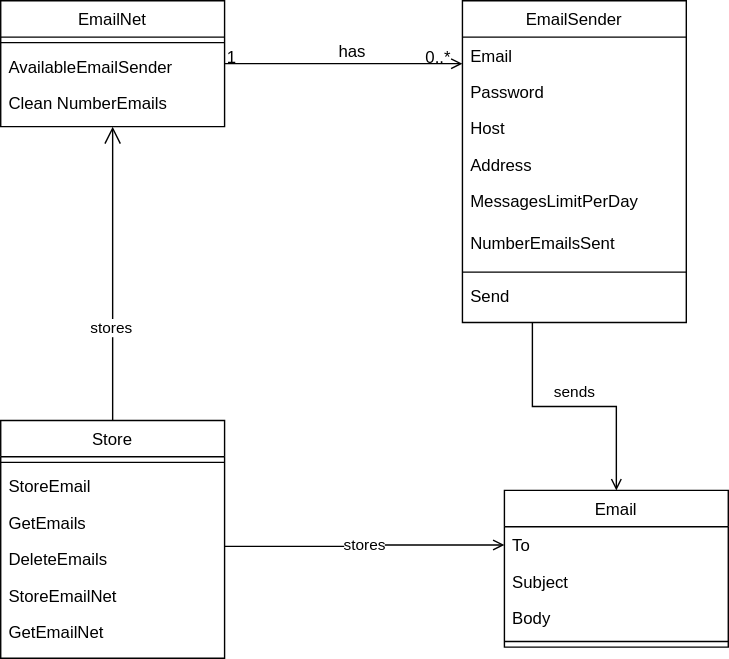
This is paulo/src/paulo-class-diagram.drawio.svg from palavrapasse/docs, a draw.io export, as it was before one commit. Source tidied: cells renumbered, new cells last; positions are measured from the earlier drawing's top-left corner, leaving out a move shared by most shapes. The source it was exported from:
```xml
<mxGraphModel>
  <root>
    <mxCell id="0" />
    <mxCell id="1" parent="0" />
    <mxCell id="2" value="EmailNet" style="swimlane;fontStyle=0;align=center;verticalAlign=top;horizontal=1;startSize=26;rounded=0;shadow=0;strokeWidth=1;" parent="1" vertex="1">
      <mxGeometry width="160" height="90" as="geometry" />
    </mxCell>
    <mxCell id="3" style="line;html=1;strokeWidth=1;align=left;verticalAlign=middle;spacingTop=-1;spacingLeft=3;spacingRight=3;labelPosition=right;" parent="2" vertex="1">
      <mxGeometry y="26" width="160" height="8" as="geometry" />
    </mxCell>
    <mxCell id="4" value="AvailableEmailSender" style="text;align=left;verticalAlign=top;spacingLeft=4;spacingRight=4;overflow=hidden;" parent="2" vertex="1">
      <mxGeometry y="34" width="160" height="26" as="geometry" />
    </mxCell>
    <mxCell id="5" value="Clean NumberEmails" style="text;align=left;verticalAlign=top;spacingLeft=4;spacingRight=4;overflow=hidden;" parent="2" vertex="1">
      <mxGeometry y="60" width="160" height="26" as="geometry" />
    </mxCell>
    <mxCell id="6" value="stores" style="edgeStyle=orthogonalEdgeStyle;rounded=0;jettySize=auto;html=1;entryX=0;entryY=0.5;entryDx=0;entryDy=0;endArrow=open;endFill=0;" parent="1" edge="1" source="7" target="17">
      <mxGeometry relative="1" as="geometry">
        <Array as="points">
          <mxPoint x="260" y="390" />
          <mxPoint x="260" y="389" />
        </Array>
      </mxGeometry>
    </mxCell>
    <mxCell id="7" value="Store" style="swimlane;fontStyle=0;align=center;verticalAlign=top;horizontal=1;startSize=26;rounded=0;shadow=0;strokeWidth=1;" parent="1" vertex="1">
      <mxGeometry y="300" width="160" height="170" as="geometry" />
    </mxCell>
    <mxCell id="8" style="line;html=1;strokeWidth=1;align=left;verticalAlign=middle;spacingTop=-1;spacingLeft=3;spacingRight=3;labelPosition=right;" parent="7" vertex="1">
      <mxGeometry y="26" width="160" height="8" as="geometry" />
    </mxCell>
    <mxCell id="9" value="StoreEmail" style="text;align=left;verticalAlign=top;spacingLeft=4;spacingRight=4;overflow=hidden;" parent="7" vertex="1">
      <mxGeometry y="34" width="160" height="26" as="geometry" />
    </mxCell>
    <mxCell id="10" value="GetEmails" style="text;align=left;verticalAlign=top;spacingLeft=4;spacingRight=4;overflow=hidden;" parent="7" vertex="1">
      <mxGeometry y="60" width="160" height="26" as="geometry" />
    </mxCell>
    <mxCell id="11" value="DeleteEmails" style="text;align=left;verticalAlign=top;spacingLeft=4;spacingRight=4;overflow=hidden;" parent="7" vertex="1">
      <mxGeometry y="86" width="160" height="26" as="geometry" />
    </mxCell>
    <mxCell id="12" value="StoreEmailNet" style="text;align=left;verticalAlign=top;spacingLeft=4;spacingRight=4;overflow=hidden;" parent="7" vertex="1">
      <mxGeometry y="112" width="160" height="26" as="geometry" />
    </mxCell>
    <mxCell id="13" value="GetEmailNet" style="text;align=left;verticalAlign=top;spacingLeft=4;spacingRight=4;overflow=hidden;" parent="7" vertex="1">
      <mxGeometry y="138" width="160" height="26" as="geometry" />
    </mxCell>
    <mxCell id="14" style="endArrow=open;endSize=10;endFill=0;shadow=0;strokeWidth=1;rounded=0;edgeStyle=elbowEdgeStyle;elbow=vertical;" parent="1" edge="1" source="7" target="2">
      <mxGeometry relative="1" as="geometry" />
    </mxCell>
    <mxCell id="15" value="stores" style="edgeLabel;html=1;align=center;verticalAlign=middle;" parent="14" vertex="1">
      <mxGeometry x="-0.36" y="2" relative="1" as="geometry" />
    </mxCell>
    <mxCell id="16" value="Email" style="swimlane;fontStyle=0;align=center;verticalAlign=top;horizontal=1;startSize=26;rounded=0;shadow=0;strokeWidth=1;" parent="1" vertex="1">
      <mxGeometry x="360" y="350" width="160" height="112" as="geometry" />
    </mxCell>
    <mxCell id="17" value="To" style="text;align=left;verticalAlign=top;spacingLeft=4;spacingRight=4;overflow=hidden;points=[[0,0.5],[1,0.5]];portConstraint=eastwest;" parent="16" vertex="1">
      <mxGeometry y="26" width="160" height="26" as="geometry" />
    </mxCell>
    <mxCell id="18" value="Subject" style="text;align=left;verticalAlign=top;spacingLeft=4;spacingRight=4;overflow=hidden;" parent="16" vertex="1">
      <mxGeometry y="52" width="160" height="26" as="geometry" />
    </mxCell>
    <mxCell id="19" value="Body" style="text;align=left;verticalAlign=top;spacingLeft=4;spacingRight=4;overflow=hidden;" parent="16" vertex="1">
      <mxGeometry y="78" width="160" height="26" as="geometry" />
    </mxCell>
    <mxCell id="20" style="line;html=1;strokeWidth=1;align=left;verticalAlign=middle;spacingTop=-1;spacingLeft=3;spacingRight=3;labelPosition=right;" parent="16" vertex="1">
      <mxGeometry y="104" width="160" height="8" as="geometry" />
    </mxCell>
    <mxCell id="21" value="sends" style="edgeStyle=orthogonalEdgeStyle;rounded=0;jettySize=auto;html=1;endArrow=open;endFill=0;" parent="1" edge="1" source="22" target="16">
      <mxGeometry y="10" relative="1" as="geometry">
        <Array as="points">
          <mxPoint x="380" y="290" />
          <mxPoint x="440" y="290" />
        </Array>
      </mxGeometry>
    </mxCell>
    <mxCell id="22" value="EmailSender" style="swimlane;fontStyle=0;align=center;verticalAlign=top;horizontal=1;startSize=26;rounded=0;shadow=0;strokeWidth=1;" parent="1" vertex="1">
      <mxGeometry x="330" width="160" height="230" as="geometry" />
    </mxCell>
    <mxCell id="23" value="Email" style="text;align=left;verticalAlign=top;spacingLeft=4;spacingRight=4;overflow=hidden;" parent="22" vertex="1">
      <mxGeometry y="26" width="160" height="26" as="geometry" />
    </mxCell>
    <mxCell id="24" value="Password" style="text;align=left;verticalAlign=top;spacingLeft=4;spacingRight=4;overflow=hidden;rounded=0;shadow=0;html=0;" parent="22" vertex="1">
      <mxGeometry y="52" width="160" height="26" as="geometry" />
    </mxCell>
    <mxCell id="25" value="Host" style="text;align=left;verticalAlign=top;spacingLeft=4;spacingRight=4;overflow=hidden;rounded=0;shadow=0;html=0;" parent="22" vertex="1">
      <mxGeometry y="78" width="160" height="26" as="geometry" />
    </mxCell>
    <mxCell id="26" value="Address" style="text;align=left;verticalAlign=top;spacingLeft=4;spacingRight=4;overflow=hidden;rounded=0;shadow=0;html=0;" parent="22" vertex="1">
      <mxGeometry y="104" width="160" height="26" as="geometry" />
    </mxCell>
    <mxCell id="27" value="MessagesLimitPerDay" style="text;align=left;verticalAlign=top;spacingLeft=4;spacingRight=4;overflow=hidden;rounded=0;shadow=0;html=0;" parent="22" vertex="1">
      <mxGeometry y="130" width="160" height="30" as="geometry" />
    </mxCell>
    <mxCell id="28" value="NumberEmailsSent" style="text;align=left;verticalAlign=top;spacingLeft=4;spacingRight=4;overflow=hidden;rounded=0;shadow=0;html=0;" parent="22" vertex="1">
      <mxGeometry y="160" width="160" height="30" as="geometry" />
    </mxCell>
    <mxCell id="29" style="line;html=1;strokeWidth=1;align=left;verticalAlign=middle;spacingTop=-1;spacingLeft=3;spacingRight=3;labelPosition=right;" parent="22" vertex="1">
      <mxGeometry y="190" width="160" height="8" as="geometry" />
    </mxCell>
    <mxCell id="30" value="Send" style="text;align=left;verticalAlign=top;spacingLeft=4;spacingRight=4;overflow=hidden;" parent="22" vertex="1">
      <mxGeometry y="198" width="160" height="26" as="geometry" />
    </mxCell>
    <mxCell id="31" style="endArrow=open;shadow=0;strokeWidth=1;rounded=0;endFill=1;edgeStyle=elbowEdgeStyle;elbow=vertical;" parent="1" edge="1" source="2" target="22">
      <mxGeometry x="0.5" y="41" relative="1" as="geometry">
        <mxPoint x="-40" y="32" as="offset" />
      </mxGeometry>
    </mxCell>
    <mxCell id="32" value="1" style="align=left;verticalAlign=bottom;labelBackgroundColor=none;fontSize=12;" parent="31" vertex="1">
      <mxGeometry x="-1" relative="1" as="geometry">
        <mxPoint y="4" as="offset" />
      </mxGeometry>
    </mxCell>
    <mxCell id="33" value="0..*" style="align=right;verticalAlign=bottom;labelBackgroundColor=none;fontSize=12;" parent="31" vertex="1">
      <mxGeometry x="1" relative="1" as="geometry">
        <mxPoint x="-7" y="4" as="offset" />
      </mxGeometry>
    </mxCell>
    <mxCell id="34" value="has" style="text;html=1;align=center;verticalAlign=middle;labelBackgroundColor=none;rounded=0;shadow=0;strokeWidth=1;fontSize=12;" parent="31" vertex="1">
      <mxGeometry x="0.5" y="49" relative="1" as="geometry">
        <mxPoint x="-38" y="40" as="offset" />
      </mxGeometry>
    </mxCell>
  </root>
</mxGraphModel>
```
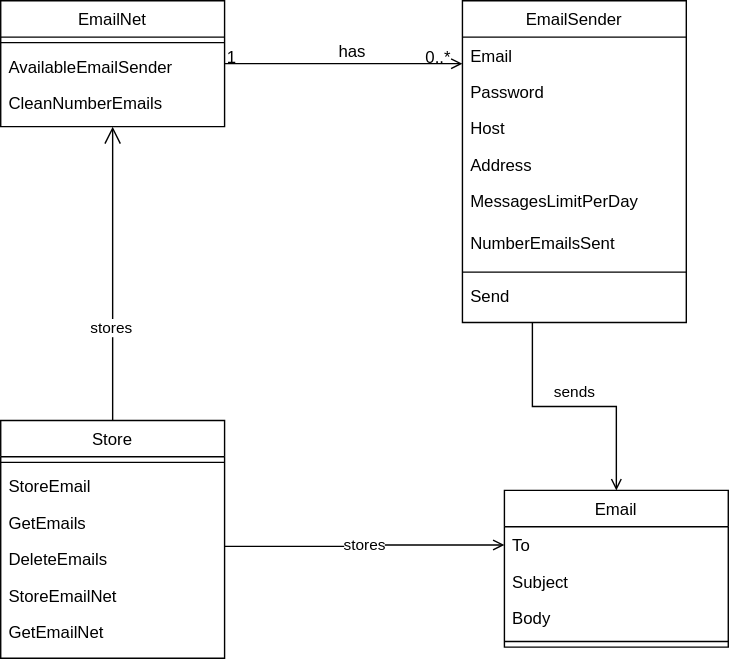
After the change.

Commit message:
docs (paulo): removed extra space in the class diagram

Change to the diagram source:
```diff
@@ -11,7 +11,7 @@
     <mxCell id="4" value="AvailableEmailSender" style="text;align=left;verticalAlign=top;spacingLeft=4;spacingRight=4;overflow=hidden;" parent="2" vertex="1">
       <mxGeometry y="34" width="160" height="26" as="geometry" />
     </mxCell>
-    <mxCell id="5" value="Clean NumberEmails" style="text;align=left;verticalAlign=top;spacingLeft=4;spacingRight=4;overflow=hidden;" parent="2" vertex="1">
+    <mxCell id="5" value="CleanNumberEmails" style="text;align=left;verticalAlign=top;spacingLeft=4;spacingRight=4;overflow=hidden;" parent="2" vertex="1">
       <mxGeometry y="60" width="160" height="26" as="geometry" />
     </mxCell>
     <mxCell id="6" value="stores" style="edgeStyle=orthogonalEdgeStyle;rounded=0;jettySize=auto;html=1;entryX=0;entryY=0.5;entryDx=0;entryDy=0;endArrow=open;endFill=0;" parent="1" edge="1" source="7" target="17">
```
